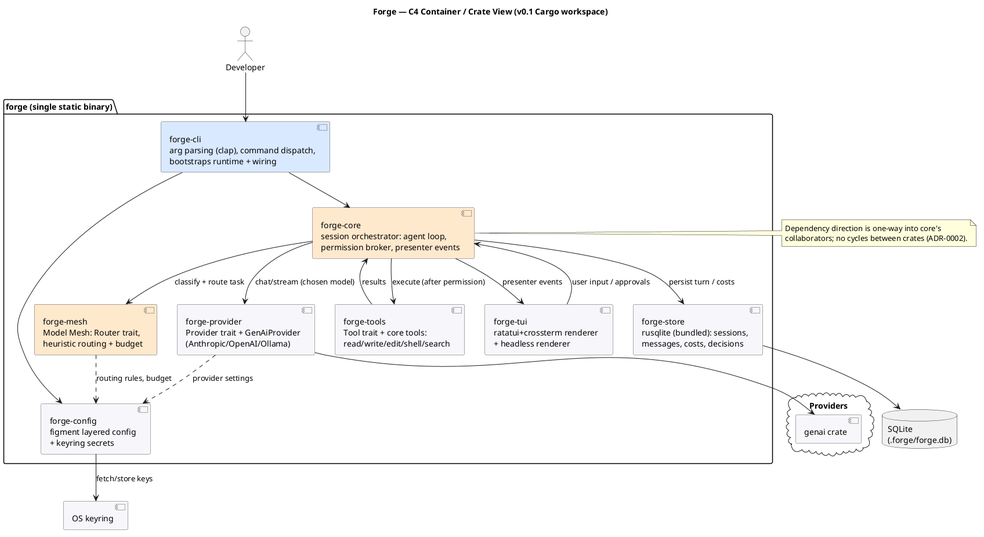
This is docs/architecture/containers.png from adulari/forge, a PlantUML export, as it was before one commit. Its diagram source:
```plantuml
@startuml containers
title Forge — C4 Container / Crate View (v0.1 Cargo workspace)

skinparam shadowing false
skinparam defaultFontName "Sans"
skinparam component {
  BackgroundColor #F7F7FA
  BorderColor #555
}

actor Developer as dev

package "forge (single static binary)" {

  [forge-cli\narg parsing (clap), command dispatch,\nbootstraps runtime + wiring] as cli #D9E8FF

  [forge-tui\nratatui+crossterm renderer\n+ headless renderer] as tui
  [forge-core\nsession orchestrator: agent loop,\npermission broker, presenter events] as core #FFE9CC
  [forge-mesh\nModel Mesh: Router trait,\nheuristic routing + budget] as mesh #FFE9CC
  [forge-provider\nProvider trait + GenAiProvider\n(Anthropic/OpenAI/Ollama)] as prov
  [forge-tools\nTool trait + core tools:\nread/write/edit/shell/search] as tools
  [forge-store\nrusqlite (bundled): sessions,\nmessages, costs, decisions] as store
  [forge-config\nfigment layered config\n+ keyring secrets] as cfg
}

cloud "Providers" {
  [genai crate] as genai
}
database "SQLite\n(.forge/forge.db)" as db
[OS keyring] as kr

dev --> cli
cli --> core
cli --> cfg
core --> tui : presenter events
tui --> core : user input / approvals
core --> mesh : classify + route task
core --> prov : chat/stream (chosen model)
core --> tools : execute (after permission)
core --> store : persist turn / costs
mesh ..> cfg : routing rules, budget
prov --> genai
prov ..> cfg : provider settings
cfg --> kr : fetch/store keys
store --> db
tools --> core : results

note right of core
  Dependency direction is one-way into core's
  collaborators; no cycles between crates (ADR-0002).
end note
@enduml
```
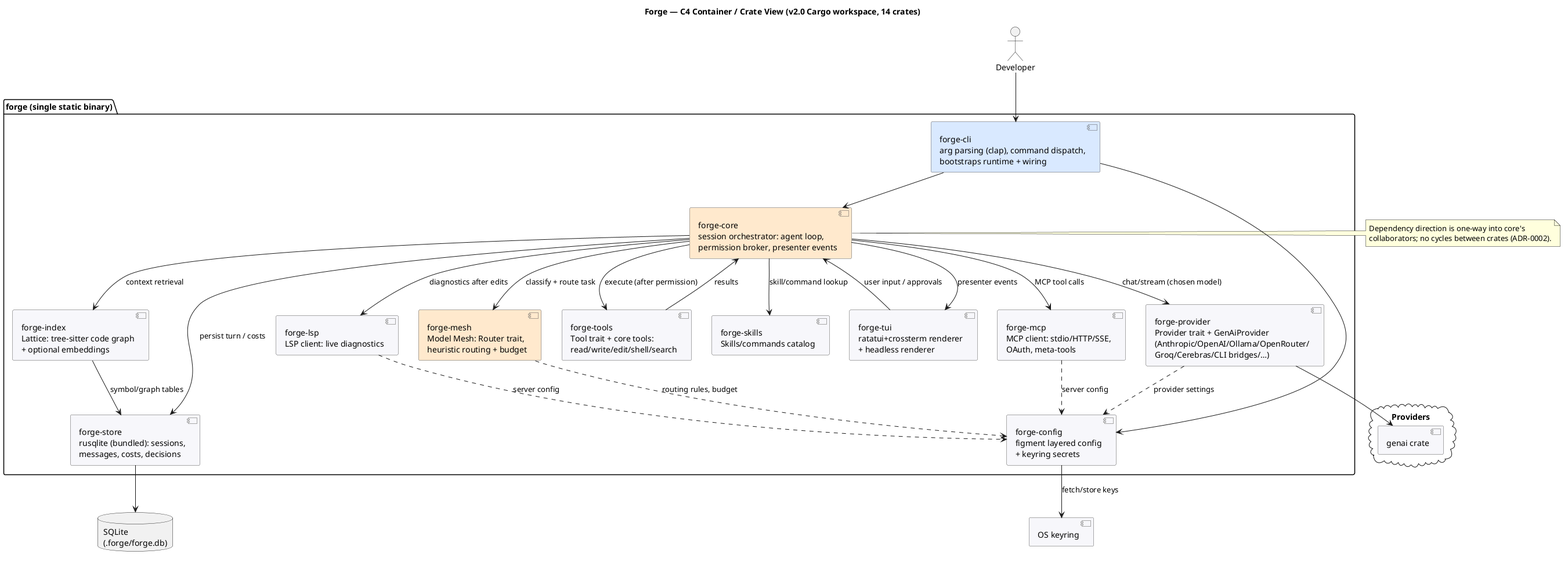
The same file after the commit.

What changed in the source:
```diff
@@ -1,5 +1,5 @@
 @startuml containers
-title Forge — C4 Container / Crate View (v0.1 Cargo workspace)
+title Forge — C4 Container / Crate View (v2.0 Cargo workspace, 14 crates)
 
 skinparam shadowing false
 skinparam defaultFontName "Sans"
@@ -17,10 +17,14 @@
   [forge-tui\nratatui+crossterm renderer\n+ headless renderer] as tui
   [forge-core\nsession orchestrator: agent loop,\npermission broker, presenter events] as core #FFE9CC
   [forge-mesh\nModel Mesh: Router trait,\nheuristic routing + budget] as mesh #FFE9CC
-  [forge-provider\nProvider trait + GenAiProvider\n(Anthropic/OpenAI/Ollama)] as prov
+  [forge-provider\nProvider trait + GenAiProvider\n(Anthropic/OpenAI/Ollama/OpenRouter/\nGroq/Cerebras/CLI bridges/…)] as prov
   [forge-tools\nTool trait + core tools:\nread/write/edit/shell/search] as tools
   [forge-store\nrusqlite (bundled): sessions,\nmessages, costs, decisions] as store
   [forge-config\nfigment layered config\n+ keyring secrets] as cfg
+  [forge-mcp\nMCP client: stdio/HTTP/SSE,\nOAuth, meta-tools] as mcp
+  [forge-index\nLattice: tree-sitter code graph\n+ optional embeddings] as index
+  [forge-lsp\nLSP client: live diagnostics] as lsp
+  [forge-skills\nSkills/commands catalog] as skills
 }
 
 cloud "Providers" {
@@ -38,12 +42,19 @@
 core --> prov : chat/stream (chosen model)
 core --> tools : execute (after permission)
 core --> store : persist turn / costs
+core --> mcp : MCP tool calls
+core --> index : context retrieval
+core --> lsp : diagnostics after edits
+core --> skills : skill/command lookup
 mesh ..> cfg : routing rules, budget
 prov --> genai
 prov ..> cfg : provider settings
 cfg --> kr : fetch/store keys
 store --> db
 tools --> core : results
+mcp ..> cfg : server config
+index --> store : symbol/graph tables
+lsp ..> cfg : server config
 
 note right of core
   Dependency direction is one-way into core's
```
